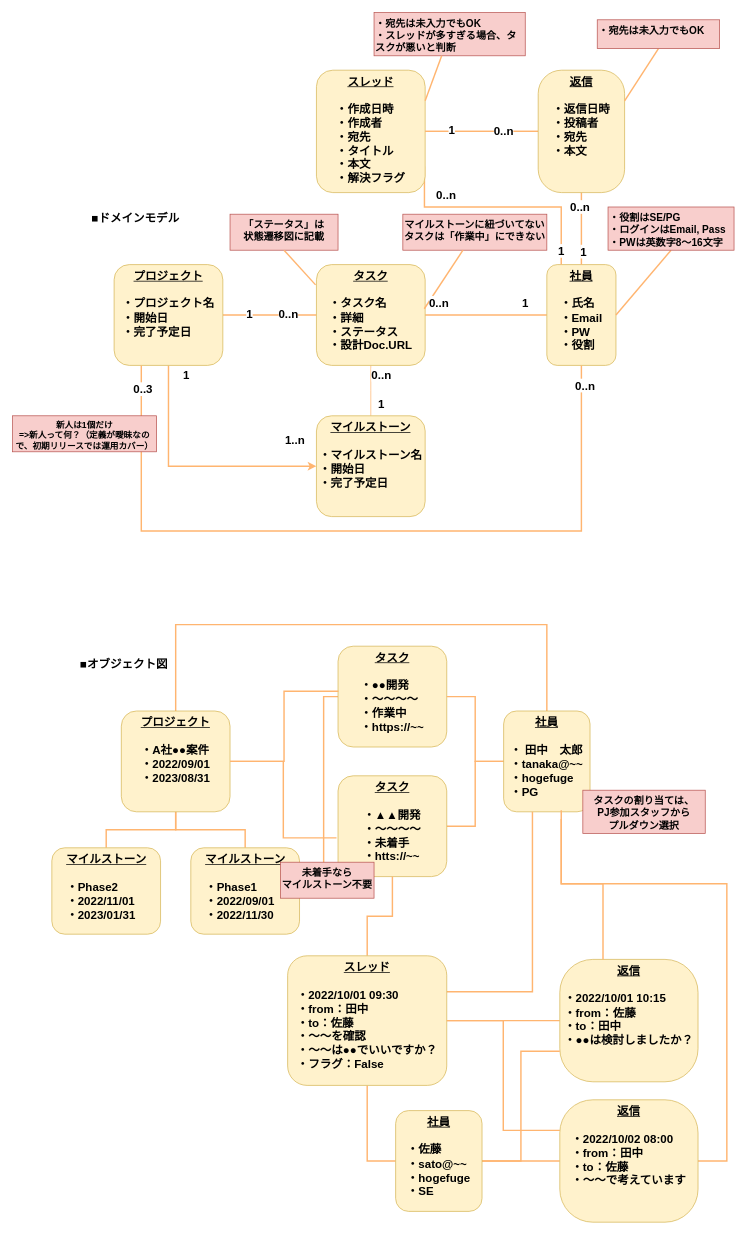
Before: page "ドメインモデル、オブジェクト図" (5 of 5) of modeling.drawio in haseryo0403/functional-design-technical-design, a draw.io diagram. Source tidied: cells renumbered, new cells numbered last; positions are measured from the earlier drawing's top-left corner, leaving out a move shared by most shapes. Both pictures are drawn from the tidied source at 72%, with x=0, y=0 at pixel (12, 12).
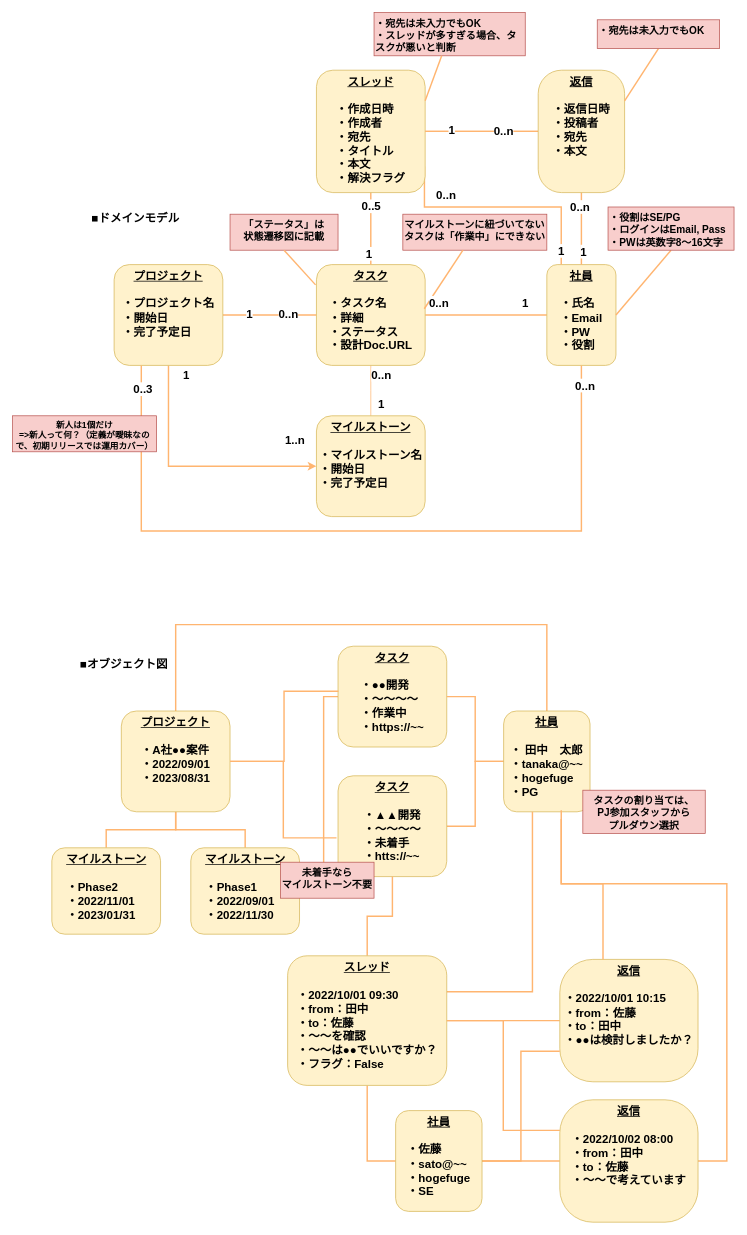
After the change.

Commit message:
ドメインモデル修正。タスクをスレッドを紐づけ

Unchanged cells that the change refers to:
```xml
<mxCell id="11" value="&lt;u&gt;タスク&lt;/u&gt;&lt;br&gt;&lt;div&gt;&lt;br&gt;&lt;/div&gt;&lt;div style=&quot;text-align: left;&quot;&gt;・タスク名&lt;/div&gt;&lt;div style=&quot;text-align: left;&quot;&gt;・詳細&lt;/div&gt;&lt;div style=&quot;text-align: left;&quot;&gt;・ステータス&lt;/div&gt;&lt;div style=&quot;text-align: left;&quot;&gt;・設計Doc.URL&lt;/div&gt;" style="rounded=1;whiteSpace=wrap;html=1;align=center;verticalAlign=top;fontFamily=Helvetica;fontSize=16;fontStyle=1;labelBackgroundColor=none;fillColor=#fff2cc;strokeColor=#d6b656;" parent="1" vertex="1">
  <mxGeometry x="422" y="350" width="151" height="140" as="geometry" />
</mxCell>
<mxCell id="31" value="&lt;u&gt;スレッド&lt;/u&gt;&lt;br&gt;&lt;div&gt;&lt;br&gt;&lt;/div&gt;&lt;div style=&quot;text-align: left;&quot;&gt;・作成日時&lt;/div&gt;&lt;div style=&quot;text-align: left;&quot;&gt;・作成者&lt;/div&gt;&lt;div style=&quot;text-align: left;&quot;&gt;・宛先&lt;/div&gt;&lt;div style=&quot;text-align: left;&quot;&gt;・タイトル&lt;/div&gt;&lt;div style=&quot;text-align: left;&quot;&gt;・本文&lt;/div&gt;&lt;div style=&quot;text-align: left;&quot;&gt;・解決フラグ&lt;/div&gt;" style="rounded=1;whiteSpace=wrap;html=1;align=center;verticalAlign=top;fontFamily=Helvetica;fontSize=16;fontStyle=1;labelBackgroundColor=none;fillColor=#fff2cc;strokeColor=#d6b656;" parent="1" vertex="1">
  <mxGeometry x="422" y="80" width="151" height="170" as="geometry" />
</mxCell>
```

What changed in the source:
```diff
@@
+    <mxCell id="75" style="edgeStyle=orthogonalEdgeStyle;rounded=0;jettySize=auto;html=1;entryX=0.5;entryY=0;entryDx=0;entryDy=0;strokeColor=#FFB570;strokeWidth=2;align=center;verticalAlign=middle;fontFamily=Helvetica;fontSize=12;fontColor=default;fontStyle=1;labelBackgroundColor=default;elbow=horizontal;endArrow=none;endFill=0;" parent="1" edge="1" source="31" target="11">
+      <mxGeometry relative="1" as="geometry" />
+    </mxCell>
+    <mxCell id="76" value="0..5" style="edgeLabel;html=1;align=center;verticalAlign=middle;fontSize=16;fontStyle=1;" parent="75" vertex="1">
+      <mxGeometry x="-0.65" relative="1" as="geometry" />
+    </mxCell>
+    <mxCell id="77" value="&lt;b&gt;&lt;font style=&quot;font-size: 16px;&quot;&gt;1&lt;/font&gt;&lt;/b&gt;" style="edgeLabel;html=1;align=center;verticalAlign=middle;" parent="75" vertex="1">
+      <mxGeometry x="0.67" y="-3" relative="1" as="geometry" />
+    </mxCell>
```
